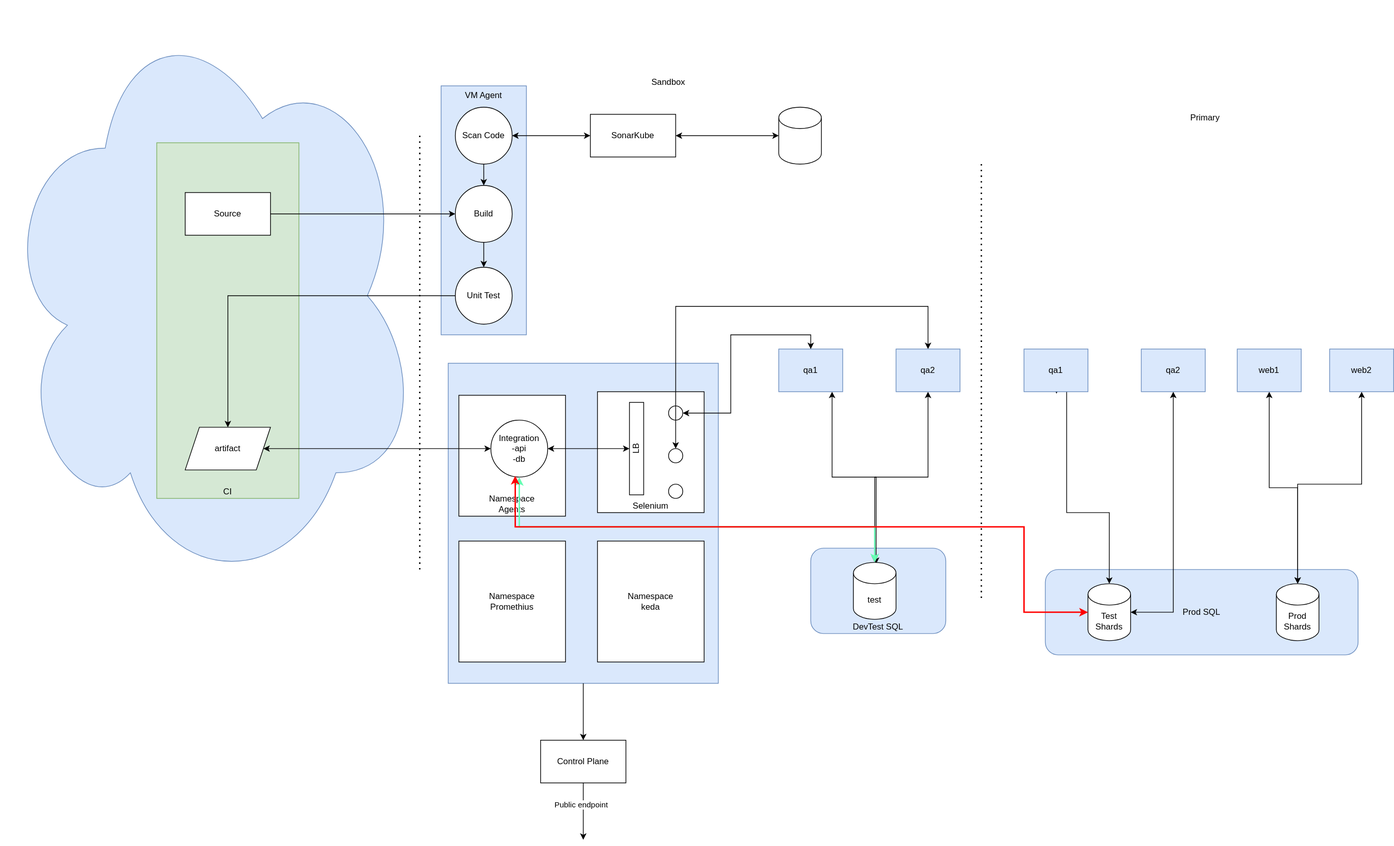
vjavle/invoicecloud keeps this draw.io diagram as infra/agentsinfrastructureunderstanding.svg. Above is the earlier version. Source tidied: cells renumbered, new cells last; positions are measured from the earlier drawing's top-left corner, leaving out a move shared by most shapes.
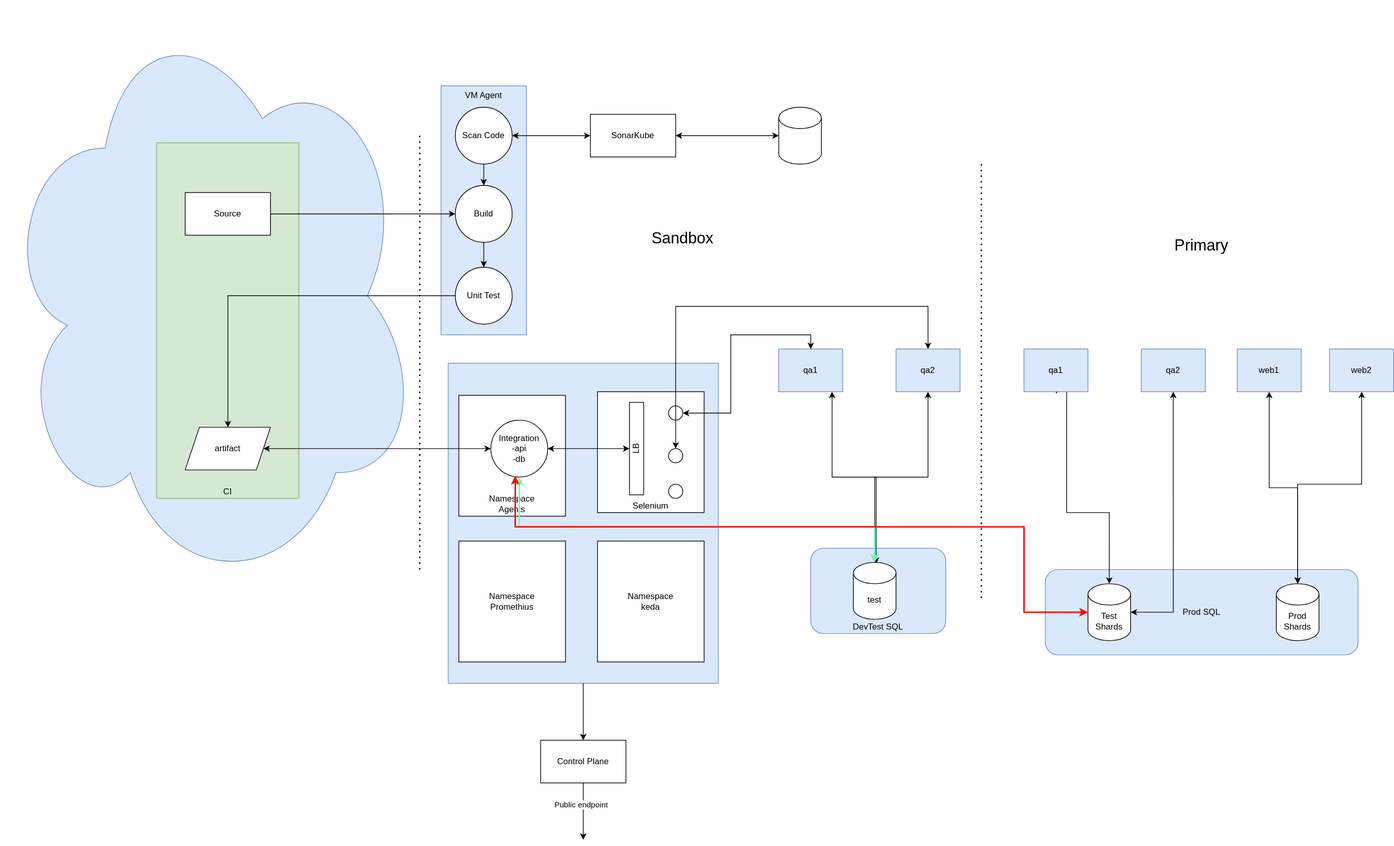
Above is the later version.

Change to the diagram source:
```diff
@@ -169,11 +169,11 @@
     <mxCell id="46" value="web2" style="rounded=0;whiteSpace=wrap;html=1;fillColor=#dae8fc;strokeColor=#6c8ebf;" parent="1" vertex="1">
       <mxGeometry x="1870" y="490" width="90" height="60" as="geometry" />
     </mxCell>
-    <mxCell id="47" value="Sandbox" style="text;html=1;strokeColor=none;fillColor=none;align=center;verticalAlign=middle;whiteSpace=wrap;rounded=0;" parent="1" vertex="1">
-      <mxGeometry x="910" y="100" width="60" height="30" as="geometry" />
+    <mxCell id="47" value="Sandbox" style="text;html=1;strokeColor=none;fillColor=none;align=center;verticalAlign=middle;whiteSpace=wrap;rounded=0;fontSize=22;" parent="1" vertex="1">
+      <mxGeometry x="930" y="320" width="60" height="30" as="geometry" />
     </mxCell>
-    <mxCell id="48" value="Primary" style="text;html=1;strokeColor=none;fillColor=none;align=center;verticalAlign=middle;whiteSpace=wrap;rounded=0;" parent="1" vertex="1">
-      <mxGeometry x="1665" y="150" width="60" height="30" as="geometry" />
+    <mxCell id="48" value="Primary" style="text;html=1;strokeColor=none;fillColor=none;align=center;verticalAlign=middle;whiteSpace=wrap;rounded=0;fontSize=22;" parent="1" vertex="1">
+      <mxGeometry x="1660" y="330" width="60" height="30" as="geometry" />
     </mxCell>
     <mxCell id="49" style="edgeStyle=orthogonalEdgeStyle;rounded=0;jettySize=auto;html=1;startArrow=classic;startFill=1;" parent="1" edge="1" source="51" target="24">
       <mxGeometry relative="1" as="geometry" />
```
